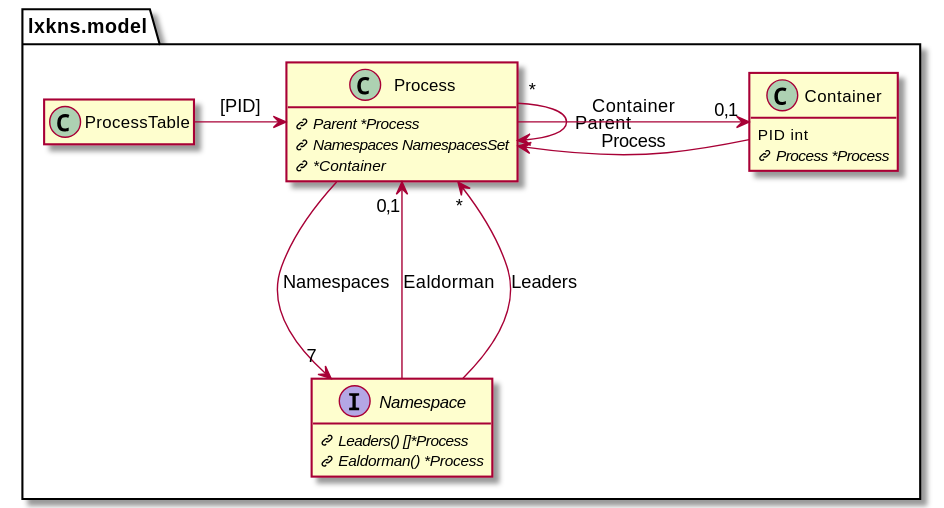
The PlantUML diagram docs/_images/lxkns-processes.svg in thediveo/lxkns, before a commit.
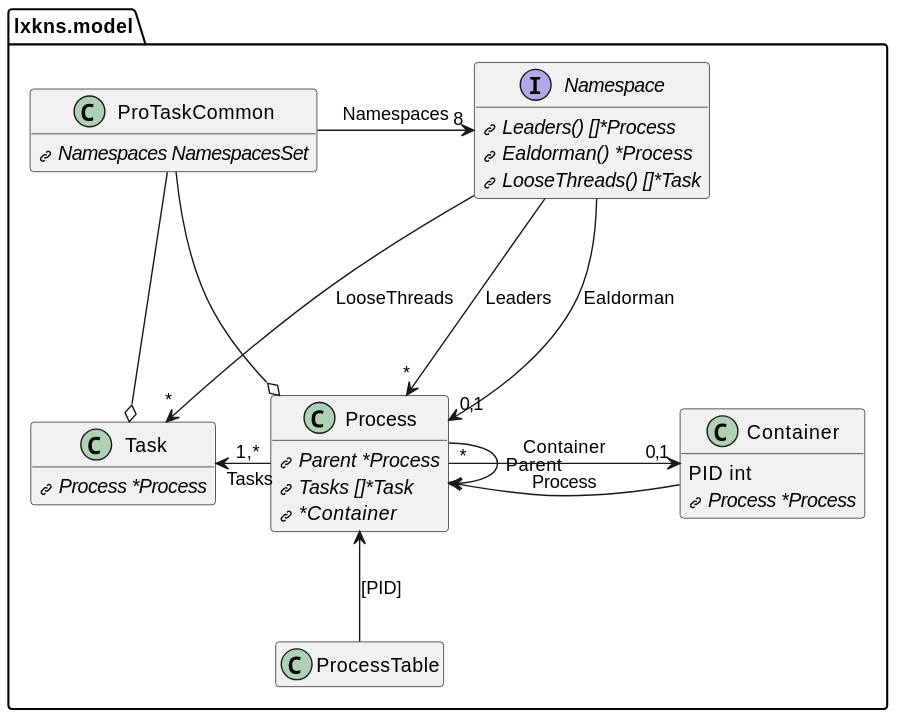
After the commit.

What changed in the source:
```diff
@@ -8,22 +8,37 @@
 interface Namespace {
   L Leaders() []*Process
   L Ealdorman() *Process
+  L LooseThreads() []*Task
 }
 
 Namespace ---> "0,1" Process : Ealdorman
 Namespace ---> "*" Process : Leaders
+Namespace ---> "*" Task: LooseThreads
 
 class ProcessTable
-ProcessTable -> Process : "[PID]"
+Process <-- ProcessTable : "[PID]"
+
+class ProTaskCommon {
+  L Namespaces NamespacesSet
+}
+
+ProTaskCommon --o Task
+ProTaskCommon --o Process
+ProTaskCommon -> "8" Namespace : Namespaces
+
+
+class Task {
+  L Process *Process
+}
 
 class Process {
   L Parent *Process
-  L Namespaces NamespacesSet
+  L Tasks []*Task
   L *Container
 }
 
-Process --> "7" Namespace : Namespaces
 Process "*" --> Process : Parent
+Task <- Process : "Tasks" "1,*"
 
 class Container {
   PID int
```
